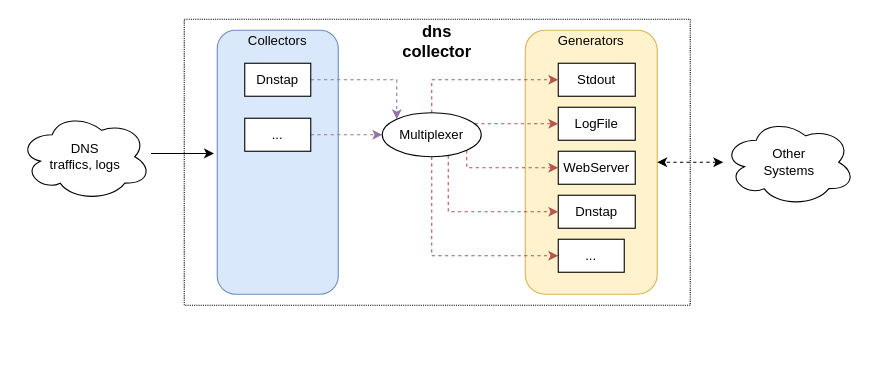
Above: doc/overview.drawio in dmachard/go-dnscollector (draw.io), before the change. Source tidied: cells renumbered, new cells numbered last; positions are measured from the earlier drawing's top-left corner, leaving out a move shared by most shapes. Both pictures are drawn from the tidied source at 110%, with x=0, y=0 at pixel (19, 19).
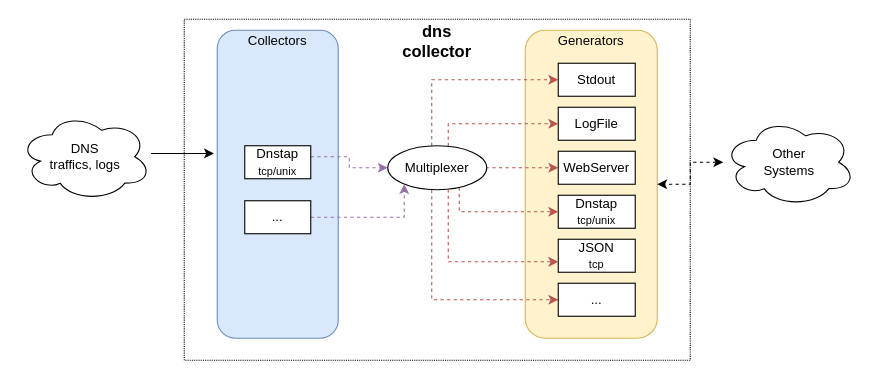
The same diagram, later.

The change refers to these unchanged cells:
```xml
<mxCell id="11" value="LogFile" style="rounded=0;whiteSpace=wrap;html=1;" parent="1" vertex="1">
  <mxGeometry x="490" y="80" width="70" height="30" as="geometry" />
</mxCell>
```

The edit, as a diff of the source:
```diff
@@
     <mxCell id="2" style="rounded=0;whiteSpace=wrap;html=1;dashed=1;dashPattern=1 1;" parent="1" vertex="1">
-      <mxGeometry x="150" width="460" height="260" as="geometry" />
+      <mxGeometry x="150" width="460" height="310" as="geometry" />
     </mxCell>
@@
     <mxCell id="4" style="rounded=1;whiteSpace=wrap;html=1;fillColor=#dae8fc;strokeColor=#6c8ebf;" parent="1" vertex="1">
-      <mxGeometry x="180" y="10" width="110" height="240" as="geometry" />
+      <mxGeometry x="180" y="10" width="110" height="280" as="geometry" />
     </mxCell>
@@
     <mxCell id="6" style="rounded=1;whiteSpace=wrap;html=1;fillColor=#fff2cc;strokeColor=#d6b656;" parent="1" vertex="1">
-      <mxGeometry x="460" y="10" width="120" height="240" as="geometry" />
+      <mxGeometry x="460" y="10" width="120" height="280" as="geometry" />
     </mxCell>
@@
-    <mxCell id="8" style="edgeStyle=orthogonalEdgeStyle;rounded=0;jettySize=auto;html=1;entryX=0;entryY=0;entryDx=0;entryDy=0;dashed=1;fillColor=#e1d5e7;strokeColor=#9673a6;" parent="1" edge="1" source="9" target="21">
+    <mxCell id="8" style="edgeStyle=orthogonalEdgeStyle;rounded=0;jettySize=auto;html=1;dashed=1;fillColor=#e1d5e7;strokeColor=#9673a6;" parent="1" edge="1" source="9" target="21">
       <mxGeometry relative="1" as="geometry">
         <Array as="points">
-          <mxPoint x="343" y="55" />
+          <mxPoint x="300" y="125" />
+          <mxPoint x="300" y="135" />
         </Array>
       </mxGeometry>
     </mxCell>
-    <mxCell id="9" value="Dnstap" style="rounded=0;whiteSpace=wrap;html=1;" parent="1" vertex="1">
-      <mxGeometry x="205" y="40" width="60" height="30" as="geometry" />
+    <mxCell id="9" value="Dnstap&lt;br&gt;&lt;font style=&quot;font-size: 10px&quot;&gt;tcp/unix&lt;/font&gt;" style="rounded=0;whiteSpace=wrap;html=1;" parent="1" vertex="1">
+      <mxGeometry x="205" y="115" width="60" height="30" as="geometry" />
     </mxCell>
@@
-    <mxCell id="12" style="edgeStyle=orthogonalEdgeStyle;rounded=0;jettySize=auto;html=1;entryX=0;entryY=0.5;entryDx=0;entryDy=0;dashed=1;fillColor=#e1d5e7;strokeColor=#9673a6;" parent="1" edge="1" source="13" target="21">
-      <mxGeometry relative="1" as="geometry" />
+    <mxCell id="12" style="edgeStyle=orthogonalEdgeStyle;rounded=0;jettySize=auto;html=1;dashed=1;fillColor=#e1d5e7;strokeColor=#9673a6;" parent="1" edge="1" source="13" target="21">
+      <mxGeometry relative="1" as="geometry">
+        <Array as="points">
+          <mxPoint x="350" y="180" />
+        </Array>
+      </mxGeometry>
     </mxCell>
     <mxCell id="13" value="..." style="rounded=0;whiteSpace=wrap;html=1;" parent="1" vertex="1">
-      <mxGeometry x="205" y="90" width="60" height="30" as="geometry" />
+      <mxGeometry x="205" y="165" width="60" height="30" as="geometry" />
     </mxCell>
@@
-    <mxCell id="15" value="Dnstap" style="rounded=0;whiteSpace=wrap;html=1;" parent="1" vertex="1">
+    <mxCell id="15" value="Dnstap&lt;br&gt;&lt;font style=&quot;font-size: 10px&quot;&gt;tcp/unix&lt;/font&gt;" style="rounded=0;whiteSpace=wrap;html=1;" parent="1" vertex="1">
       <mxGeometry x="490" y="160" width="70" height="30" as="geometry" />
     </mxCell>
@@
     <mxCell id="17" style="edgeStyle=orthogonalEdgeStyle;rounded=0;jettySize=auto;html=1;entryX=0;entryY=0.5;entryDx=0;entryDy=0;dashed=1;fillColor=#f8cecc;strokeColor=#b85450;" parent="1" edge="1" source="21" target="11">
       <mxGeometry relative="1" as="geometry">
         <Array as="points">
-          <mxPoint x="430" y="95" />
-          <mxPoint x="430" y="95" />
+          <mxPoint x="390" y="95" />
         </Array>
       </mxGeometry>
     </mxCell>
@@
     <mxCell id="19" style="edgeStyle=orthogonalEdgeStyle;rounded=0;jettySize=auto;html=1;entryX=0;entryY=0.5;entryDx=0;entryDy=0;fillColor=#f8cecc;strokeColor=#b85450;dashed=1;" parent="1" edge="1" source="21" target="15">
       <mxGeometry relative="1" as="geometry">
         <Array as="points">
-          <mxPoint x="390" y="175" />
+          <mxPoint x="400" y="175" />
         </Array>
       </mxGeometry>
     </mxCell>
     <mxCell id="20" style="edgeStyle=orthogonalEdgeStyle;rounded=0;jettySize=auto;html=1;entryX=0;entryY=0.5;entryDx=0;entryDy=0;fillColor=#f8cecc;strokeColor=#b85450;dashed=1;" parent="1" edge="1" source="21" target="26">
       <mxGeometry relative="1" as="geometry">
         <Array as="points">
-          <mxPoint x="375" y="215" />
+          <mxPoint x="375" y="255" />
         </Array>
       </mxGeometry>
     </mxCell>
     <mxCell id="21" value="Multiplexer" style="ellipse;whiteSpace=wrap;html=1;" parent="1" vertex="1">
-      <mxGeometry x="330" y="85" width="90" height="40" as="geometry" />
+      <mxGeometry x="335" y="115" width="90" height="40" as="geometry" />
     </mxCell>
@@
     <mxCell id="26" value="..." style="rounded=0;whiteSpace=wrap;html=1;" parent="1" vertex="1">
-      <mxGeometry x="490" y="200" width="60" height="30" as="geometry" />
+      <mxGeometry x="490" y="240" width="70" height="30" as="geometry" />
     </mxCell>
+    <mxCell id="27" value="JSON&lt;br&gt;&lt;font style=&quot;font-size: 10px&quot;&gt;tcp&lt;/font&gt;" style="rounded=0;whiteSpace=wrap;html=1;" parent="1" vertex="1">
+      <mxGeometry x="490" y="200" width="70" height="30" as="geometry" />
+    </mxCell>
+    <mxCell id="28" style="edgeStyle=orthogonalEdgeStyle;rounded=0;jettySize=auto;html=1;entryX=0;entryY=0.5;entryDx=0;entryDy=0;fillColor=#f8cecc;strokeColor=#b85450;dashed=1;" parent="1" edge="1" source="21">
+      <mxGeometry relative="1" as="geometry">
+        <mxPoint x="490" y="220.5" as="targetPoint" />
+        <Array as="points">
+          <mxPoint x="390" y="221" />
+        </Array>
+      </mxGeometry>
+    </mxCell>
```
